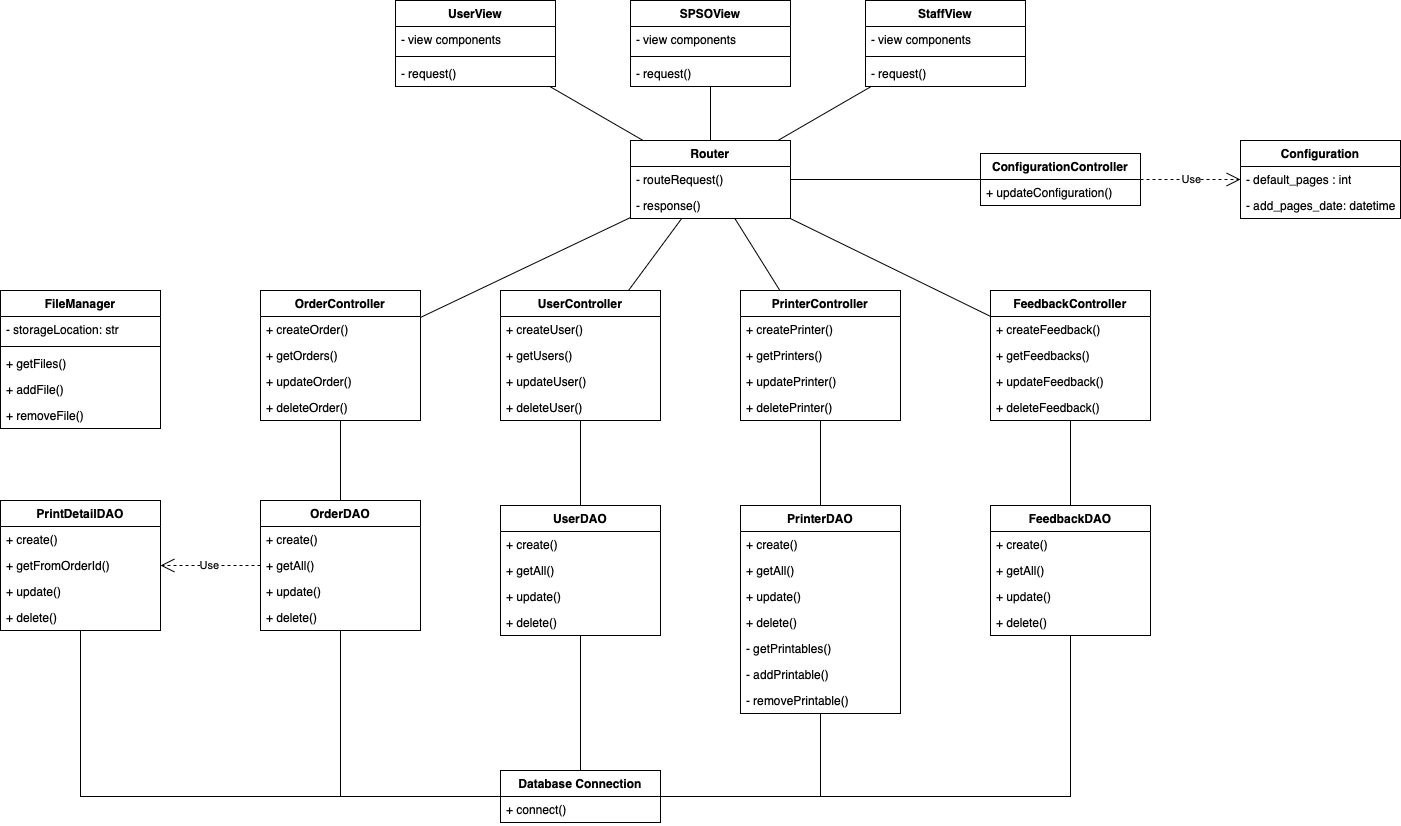
Before: implementation-classes.drawio.png, a diagram exported from draw.io (blueonline07/test-somth). Source tidied: cells renumbered, new cells last; positions are measured from the earlier drawing's top-left corner, leaving out a move shared by most shapes.
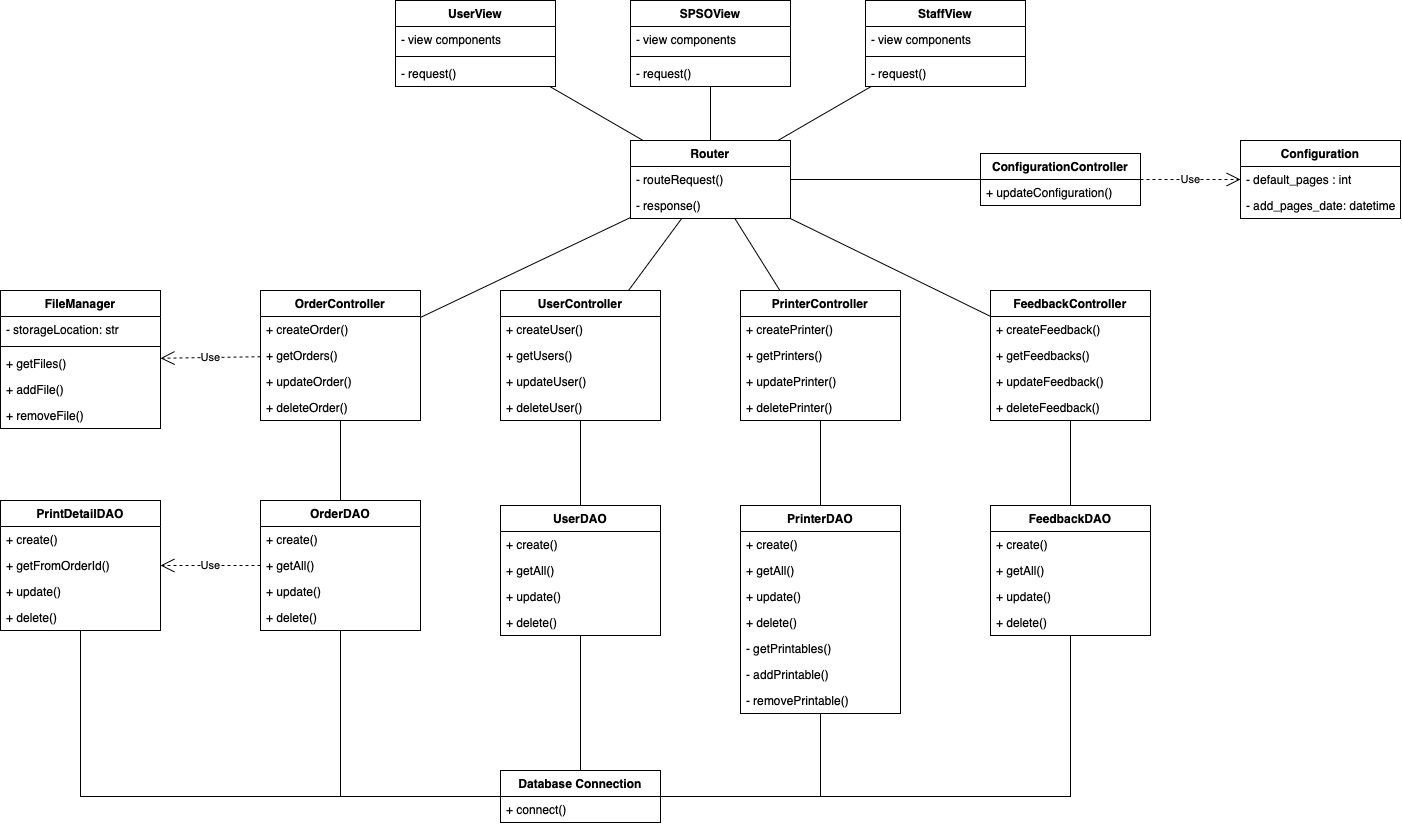
The same file after the commit.

Diff of the diagram source:
```diff
@@ -291,5 +291,8 @@
     <mxCell id="96" value="Use" style="endArrow=open;endSize=12;dashed=1;html=1;rounded=0;" parent="1" edge="1" source="57" target="59">
       <mxGeometry relative="1" as="geometry" />
     </mxCell>
+    <mxCell id="97" value="Use" style="endArrow=open;endSize=12;dashed=1;html=1;rounded=0;" parent="1" edge="1" source="2" target="90">
+      <mxGeometry relative="1" as="geometry" />
+    </mxCell>
   </root>
 </mxGraphModel>
```
